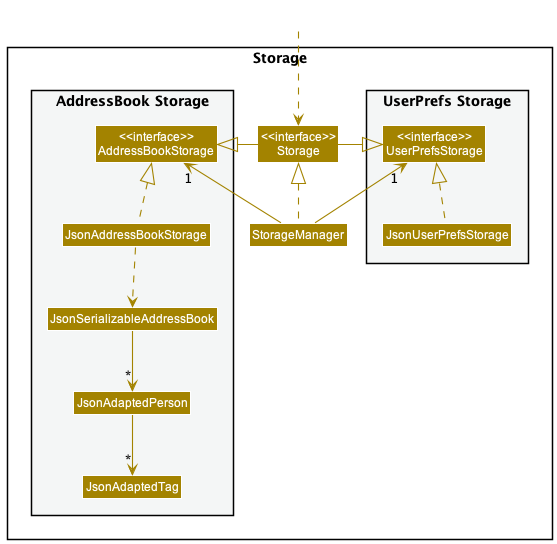
Earlier version of the PlantUML export docs/images/StorageClassDiagram.png (nus-cs2103-AY2223S1/tp).
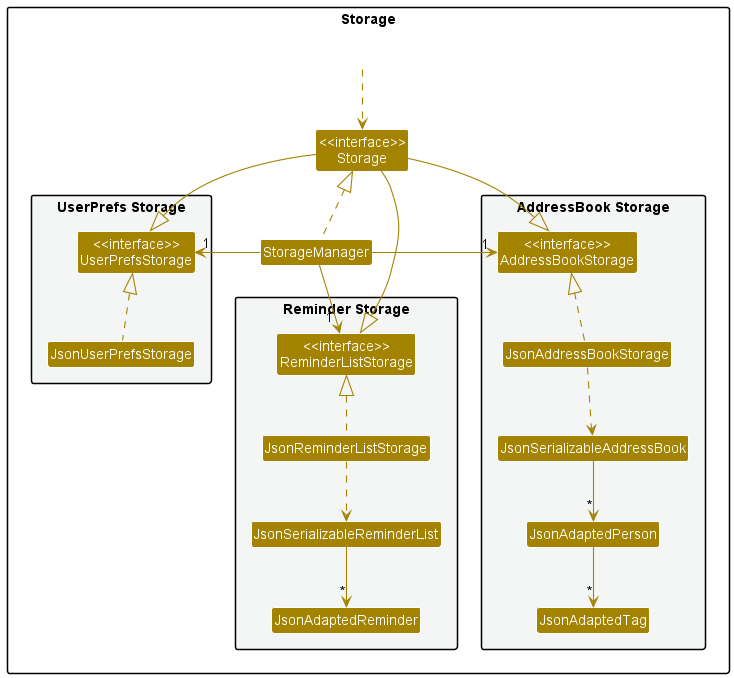
The same file after the commit.

The edit, as a diff of the source:
```diff
@@ -22,22 +22,32 @@
 Class JsonAdaptedTag
 }
 
+package "Reminder Storage" #F4F6F6{
+Class "<<interface>>\nReminderListStorage" as ReminderStorage
+Class JsonReminderListStorage
+Class JsonSerializableReminderList
+Class JsonAdaptedReminder
 }
 
 Class HiddenOutside #FFFFFF
 HiddenOutside ..> Storage
 
 StorageManager .up.|> Storage
-StorageManager -up-> "1" UserPrefsStorage
-StorageManager -up-> "1" AddressBookStorage
+StorageManager -left-> "1" UserPrefsStorage
+StorageManager -right-> "1" AddressBookStorage
+StorageManager -down-> "1 " ReminderStorage
 
-Storage -left-|> UserPrefsStorage
-Storage -right-|> AddressBookStorage
+Storage -down-|> UserPrefsStorage
+Storage -down-|> AddressBookStorage
+Storage -down-|> ReminderStorage
 
 JsonUserPrefsStorage .up.|> UserPrefsStorage
 JsonAddressBookStorage .up.|> AddressBookStorage
+JsonReminderListStorage .up.|> ReminderStorage
 JsonAddressBookStorage ..> JsonSerializableAddressBook
 JsonSerializableAddressBook --> "*" JsonAdaptedPerson
 JsonAdaptedPerson --> "*" JsonAdaptedTag
+JsonReminderListStorage ..> JsonSerializableReminderList
+JsonSerializableReminderList --> "*" JsonAdaptedReminder
 
 @enduml
```
